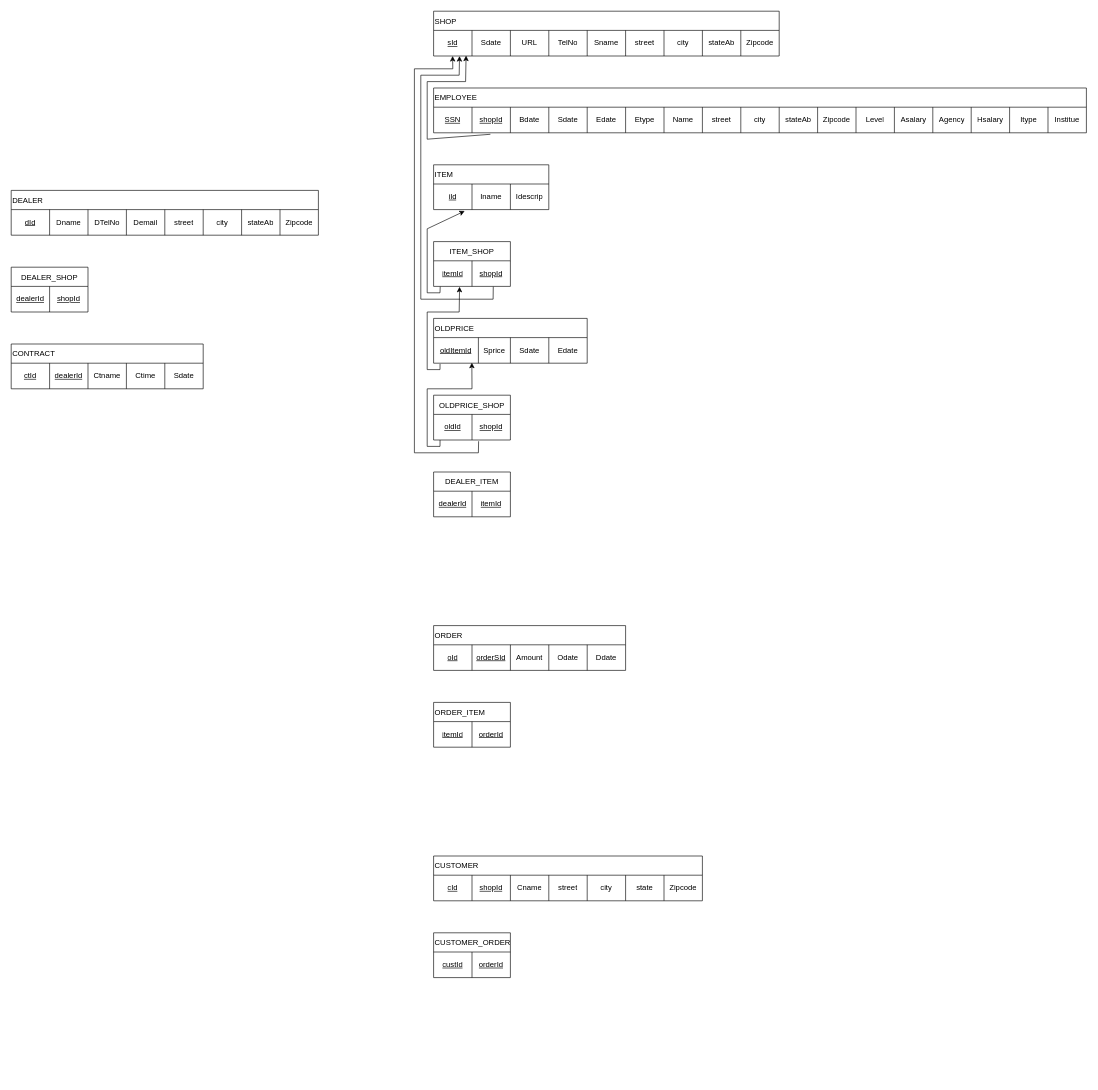
Before: Relational_Diagram.drawio in n1ck007/cse3330_project, a draw.io diagram. Source tidied: cells renumbered, new cells numbered last; positions are measured from the earlier drawing's top-left corner, leaving out a move shared by most shapes. Both pictures are drawn from the tidied source at 64%, with x=0, y=0 at pixel (11, 11).
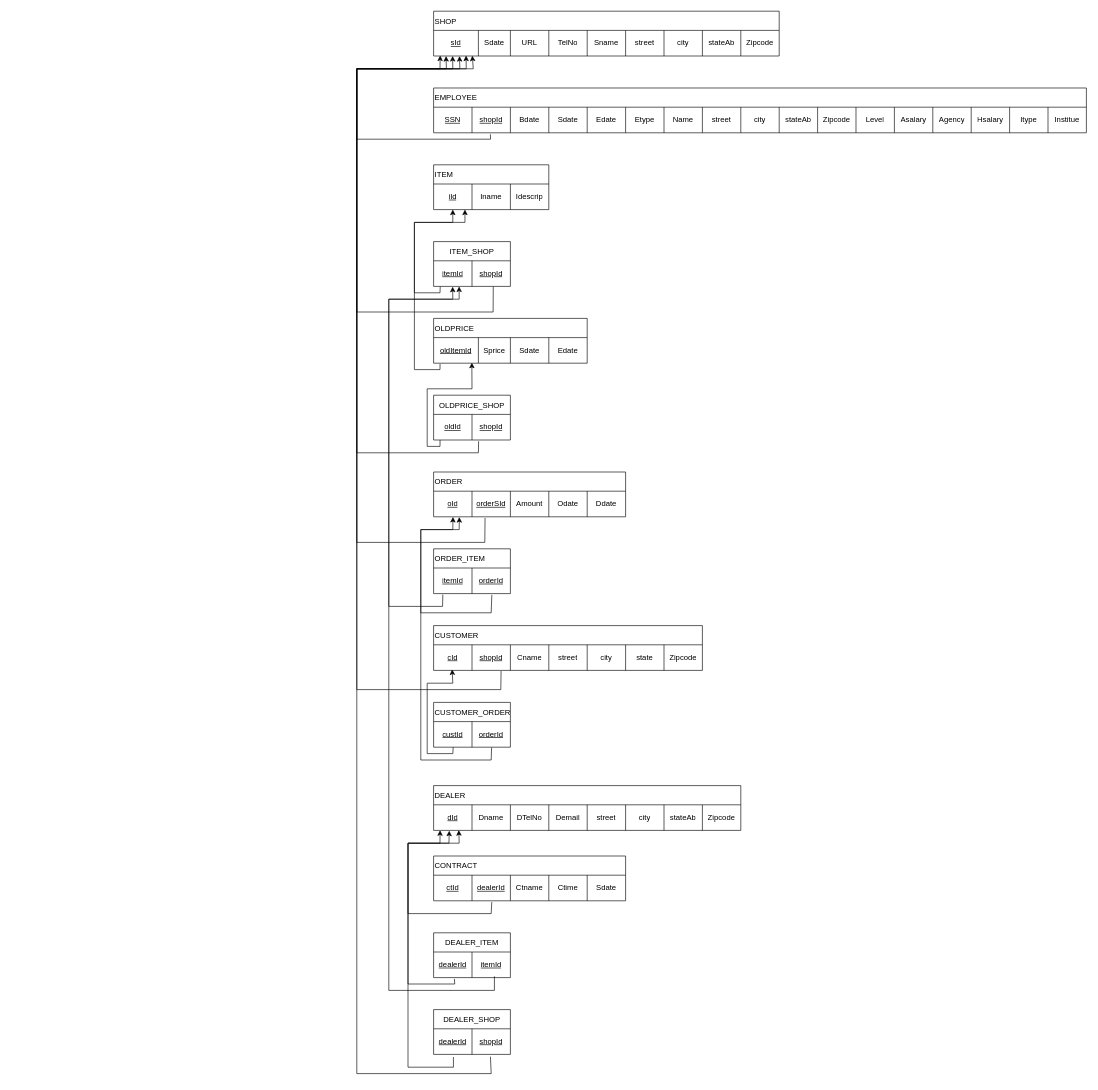
The same page after the edit.

The change refers to these unchanged cells:
```xml
<mxCell id="3" style="shape=tableRow;horizontal=0;startSize=0;swimlaneHead=0;swimlaneBody=0;strokeColor=inherit;top=0;left=0;bottom=0;right=0;fillColor=none;points=[[0,0.5],[1,0.5]];portConstraint=eastwest;" parent="2" vertex="1">
  <mxGeometry y="30" width="1020" height="40" as="geometry" />
</mxCell>
<mxCell id="22" style="shape=tableRow;horizontal=0;startSize=0;swimlaneHead=0;swimlaneBody=0;strokeColor=inherit;top=0;left=0;bottom=0;right=0;fillColor=none;points=[[0,0.5],[1,0.5]];portConstraint=eastwest;" parent="21" vertex="1">
  <mxGeometry y="30" width="540" height="40" as="geometry" />
</mxCell>
<mxCell id="33" style="shape=tableRow;horizontal=0;startSize=0;swimlaneHead=0;swimlaneBody=0;strokeColor=inherit;top=0;left=0;bottom=0;right=0;fillColor=none;points=[[0,0.5],[1,0.5]];portConstraint=eastwest;" parent="32" vertex="1">
  <mxGeometry y="30" width="420" height="40" as="geometry" />
</mxCell>
<mxCell id="42" style="shape=tableRow;horizontal=0;startSize=0;swimlaneHead=0;swimlaneBody=0;strokeColor=inherit;top=0;left=0;bottom=0;right=0;fillColor=none;points=[[0,0.5],[1,0.5]];portConstraint=eastwest;" parent="41" vertex="1">
  <mxGeometry y="30" width="300" height="40" as="geometry" />
</mxCell>
<mxCell id="49" style="shape=tableRow;horizontal=0;startSize=0;swimlaneHead=0;swimlaneBody=0;strokeColor=inherit;top=0;left=0;bottom=0;right=0;fillColor=none;points=[[0,0.5],[1,0.5]];portConstraint=eastwest;" parent="48" vertex="1">
  <mxGeometry y="30" width="180" height="40" as="geometry" />
</mxCell>
<mxCell id="54" style="shape=tableRow;horizontal=0;startSize=0;swimlaneHead=0;swimlaneBody=0;strokeColor=inherit;top=0;left=0;bottom=0;right=0;fillColor=none;points=[[0,0.5],[1,0.5]];portConstraint=eastwest;" parent="53" vertex="1">
  <mxGeometry y="30" width="480" height="40" as="geometry" />
</mxCell>
<mxCell id="64" style="shape=tableRow;horizontal=0;startSize=0;swimlaneHead=0;swimlaneBody=0;strokeColor=inherit;top=0;left=0;bottom=0;right=0;fillColor=none;points=[[0,0.5],[1,0.5]];portConstraint=eastwest;" parent="63" vertex="1">
  <mxGeometry y="30" width="300" height="40" as="geometry" />
</mxCell>
<mxCell id="71" style="shape=tableRow;horizontal=0;startSize=0;swimlaneHead=0;swimlaneBody=0;strokeColor=inherit;top=0;left=0;bottom=0;right=0;fillColor=none;points=[[0,0.5],[1,0.5]];portConstraint=eastwest;" parent="70" vertex="1">
  <mxGeometry y="30" width="240" height="40" as="geometry" />
</mxCell>
<mxCell id="77" style="shape=tableRow;horizontal=0;startSize=0;swimlaneHead=0;swimlaneBody=0;strokeColor=inherit;top=0;left=0;bottom=0;right=0;fillColor=none;points=[[0,0.5],[1,0.5]];portConstraint=eastwest;" parent="76" vertex="1">
  <mxGeometry y="30" width="120" height="40" as="geometry" />
</mxCell>
<mxCell id="81" style="shape=tableRow;horizontal=0;startSize=0;swimlaneHead=0;swimlaneBody=0;strokeColor=inherit;top=0;left=0;bottom=0;right=0;fillColor=none;points=[[0,0.5],[1,0.5]];portConstraint=eastwest;" parent="80" vertex="1">
  <mxGeometry y="30" width="120" height="40" as="geometry" />
</mxCell>
<mxCell id="85" style="shape=tableRow;horizontal=0;startSize=0;swimlaneHead=0;swimlaneBody=0;strokeColor=inherit;top=0;left=0;bottom=0;right=0;fillColor=none;points=[[0,0.5],[1,0.5]];portConstraint=eastwest;" parent="84" vertex="1">
  <mxGeometry y="30" width="120" height="40" as="geometry" />
</mxCell>
<mxCell id="89" style="shape=tableRow;horizontal=0;startSize=0;swimlaneHead=0;swimlaneBody=0;strokeColor=inherit;top=0;left=0;bottom=0;right=0;fillColor=none;points=[[0,0.5],[1,0.5]];portConstraint=eastwest;" parent="88" vertex="1">
  <mxGeometry y="30" width="120" height="40" as="geometry" />
</mxCell>
<mxCell id="93" style="shape=tableRow;horizontal=0;startSize=0;swimlaneHead=0;swimlaneBody=0;strokeColor=inherit;top=0;left=0;bottom=0;right=0;fillColor=none;points=[[0,0.5],[1,0.5]];portConstraint=eastwest;" parent="92" vertex="1">
  <mxGeometry y="30" width="120" height="40" as="geometry" />
</mxCell>
<mxCell id="97" style="shape=tableRow;horizontal=0;startSize=0;swimlaneHead=0;swimlaneBody=0;strokeColor=inherit;top=0;left=0;bottom=0;right=0;fillColor=none;points=[[0,0.5],[1,0.5]];portConstraint=eastwest;" parent="96" vertex="1">
  <mxGeometry y="30" width="120" height="40" as="geometry" />
</mxCell>
```

The edit, as a diff of the source:
```diff
@@
     <mxCell id="23" value="&lt;u&gt;sId&lt;/u&gt;" style="shape=partialRectangle;html=1;whiteSpace=wrap;strokeColor=inherit;overflow=hidden;fillColor=none;top=0;left=0;bottom=0;right=0;" parent="22" vertex="1">
-      <mxGeometry width="60" height="40" as="geometry" />
+      <mxGeometry width="70" height="40" as="geometry" />
     </mxCell>
     <mxCell id="24" value="Sdate" style="shape=partialRectangle;html=1;whiteSpace=wrap;strokeColor=inherit;overflow=hidden;fillColor=none;top=0;left=0;bottom=0;right=0;" parent="22" vertex="1">
-      <mxGeometry x="60" width="60" height="40" as="geometry" />
+      <mxGeometry x="70" width="50" height="40" as="geometry" />
     </mxCell>
@@
     <mxCell id="32" value="CUSTOMER" style="shape=table;startSize=30;childLayout=tableLayout;align=left;" parent="1" vertex="1">
-      <mxGeometry x="660" y="1320" width="420" height="70" as="geometry" />
+      <mxGeometry x="660" y="960" width="420" height="70" as="geometry" />
     </mxCell>
@@
     <mxCell id="41" value="ORDER" style="shape=table;startSize=30;childLayout=tableLayout;align=left;" parent="1" vertex="1">
-      <mxGeometry x="660" y="960" width="300" height="70" as="geometry" />
+      <mxGeometry x="660" y="720" width="300" height="70" as="geometry" />
     </mxCell>
@@
     <mxCell id="53" value="DEALER" style="shape=table;startSize=30;childLayout=tableLayout;align=left;" parent="1" vertex="1">
-      <mxGeometry y="280" width="480" height="70" as="geometry" />
+      <mxGeometry x="660" y="1210" width="480" height="70" as="geometry" />
     </mxCell>
@@
     <mxCell id="63" value="CONTRACT" style="shape=table;startSize=30;childLayout=tableLayout;align=left;" parent="1" vertex="1">
-      <mxGeometry y="520" width="300" height="70" as="geometry" />
+      <mxGeometry x="660" y="1320" width="300" height="70" as="geometry" />
     </mxCell>
@@
     <mxCell id="76" value="ORDER_ITEM" style="shape=table;startSize=30;childLayout=tableLayout;align=left;" parent="1" vertex="1">
-      <mxGeometry x="660" y="1080" width="120" height="70" as="geometry" />
+      <mxGeometry x="660" y="840" width="120" height="70" as="geometry" />
     </mxCell>
@@
     <mxCell id="80" value="DEALER_SHOP" style="shape=table;startSize=30;childLayout=tableLayout;" parent="1" vertex="1">
-      <mxGeometry y="400" width="120" height="70" as="geometry" />
+      <mxGeometry x="660" y="1560" width="120" height="70" as="geometry" />
     </mxCell>
@@
     <mxCell id="92" value="DEALER_ITEM" style="shape=table;startSize=30;childLayout=tableLayout;" parent="1" vertex="1">
-      <mxGeometry x="660" y="720" width="120" height="70" as="geometry" />
+      <mxGeometry x="660" y="1440" width="120" height="70" as="geometry" />
     </mxCell>
@@
     <mxCell id="96" value="CUSTOMER_ORDER" style="shape=table;startSize=30;childLayout=tableLayout;align=left;" parent="1" vertex="1">
-      <mxGeometry x="660" y="1440" width="120" height="70" as="geometry" />
+      <mxGeometry x="660" y="1080" width="120" height="70" as="geometry" />
     </mxCell>
@@
     <mxCell id="100" style="endArrow=classic;html=1;rounded=0;exitX=0.087;exitY=1.058;exitDx=0;exitDy=0;exitPerimeter=0;entryX=0.094;entryY=0.985;entryDx=0;entryDy=0;entryPerimeter=0;" parent="1" edge="1" source="3" target="22">
       <mxGeometry relative="1" as="geometry">
         <Array as="points">
-          <mxPoint x="650" y="200" />
-          <mxPoint x="650" y="110" />
-          <mxPoint x="710" y="110" />
+          <mxPoint x="749" y="200" />
+          <mxPoint x="540" y="200" />
+          <mxPoint x="540" y="90" />
+          <mxPoint x="711" y="90" />
         </Array>
       </mxGeometry>
     </mxCell>
-    <mxCell id="101" style="endArrow=classic;html=1;rounded=0;exitX=0.086;exitY=1.008;exitDx=0;exitDy=0;exitPerimeter=0;entryX=0.27;entryY=1.057;entryDx=0;entryDy=0;entryPerimeter=0;" parent="1" edge="1" source="89" target="49">
+    <mxCell id="101" style="endArrow=classic;html=1;rounded=0;exitX=0.086;exitY=1.008;exitDx=0;exitDy=0;exitPerimeter=0;" parent="1" edge="1" source="89">
       <mxGeometry relative="1" as="geometry">
+        <mxPoint x="709" y="310" as="targetPoint" />
         <Array as="points">
           <mxPoint x="670" y="440" />
-          <mxPoint x="650" y="440" />
-          <mxPoint x="650" y="340" />
+          <mxPoint x="630" y="440" />
+          <mxPoint x="630" y="330" />
+          <mxPoint x="709" y="330" />
         </Array>
       </mxGeometry>
     </mxCell>
     <mxCell id="102" style="endArrow=classic;html=1;rounded=0;exitX=0.777;exitY=1.011;exitDx=0;exitDy=0;exitPerimeter=0;entryX=0.075;entryY=1.004;entryDx=0;entryDy=0;entryPerimeter=0;" parent="1" edge="1" source="89" target="22">
       <mxGeometry relative="1" as="geometry">
         <Array as="points">
-          <mxPoint x="753" y="450" />
-          <mxPoint x="640" y="450" />
-          <mxPoint x="640" y="100" />
-          <mxPoint x="700" y="100" />
+          <mxPoint x="753" y="470" />
+          <mxPoint x="540" y="470" />
+          <mxPoint x="540" y="90" />
+          <mxPoint x="701" y="90" />
         </Array>
       </mxGeometry>
     </mxCell>
-    <mxCell id="103" style="endArrow=classic;html=1;rounded=0;exitX=0.042;exitY=1.027;exitDx=0;exitDy=0;exitPerimeter=0;entryX=0.338;entryY=1.015;entryDx=0;entryDy=0;entryPerimeter=0;" parent="1" edge="1" source="71" target="89">
+    <mxCell id="103" style="endArrow=classic;html=1;rounded=0;exitX=0.042;exitY=1.027;exitDx=0;exitDy=0;exitPerimeter=0;" parent="1" edge="1" source="71">
       <mxGeometry relative="1" as="geometry">
+        <mxPoint x="690" y="310" as="targetPoint" />
         <Array as="points">
           <mxPoint x="670" y="560" />
-          <mxPoint x="650" y="560" />
-          <mxPoint x="650" y="470" />
-          <mxPoint x="700" y="470" />
+          <mxPoint x="630" y="560" />
+          <mxPoint x="630" y="330" />
+          <mxPoint x="690" y="330" />
         </Array>
       </mxGeometry>
     </mxCell>
@@
     <mxCell id="105" style="endArrow=classic;html=1;rounded=0;exitX=0.586;exitY=1.048;exitDx=0;exitDy=0;exitPerimeter=0;entryX=0.055;entryY=1;entryDx=0;entryDy=0;entryPerimeter=0;" parent="1" edge="1" source="85" target="22">
       <mxGeometry relative="1" as="geometry">
         <Array as="points">
           <mxPoint x="730" y="690" />
-          <mxPoint x="630" y="690" />
-          <mxPoint x="630" y="90" />
+          <mxPoint x="540" y="690" />
+          <mxPoint x="540" y="90" />
           <mxPoint x="690" y="90" />
         </Array>
       </mxGeometry>
     </mxCell>
+    <mxCell id="106" style="endArrow=classic;html=1;rounded=0;exitX=0.268;exitY=1.047;exitDx=0;exitDy=0;exitPerimeter=0;entryX=0.036;entryY=1.003;entryDx=0;entryDy=0;entryPerimeter=0;" parent="1" edge="1" source="42" target="22">
+      <mxGeometry relative="1" as="geometry">
+        <Array as="points">
+          <mxPoint x="740" y="830" />
+          <mxPoint x="540" y="830" />
+          <mxPoint x="540" y="90" />
+          <mxPoint x="680" y="90" />
+        </Array>
+      </mxGeometry>
+    </mxCell>
+    <mxCell id="107" style="endArrow=classic;html=1;rounded=0;exitX=0.12;exitY=1.036;exitDx=0;exitDy=0;exitPerimeter=0;entryX=0.332;entryY=1.003;entryDx=0;entryDy=0;entryPerimeter=0;" parent="1" edge="1" source="77" target="89">
+      <mxGeometry relative="1" as="geometry">
+        <Array as="points">
+          <mxPoint x="674" y="930" />
+          <mxPoint x="590" y="930" />
+          <mxPoint x="590" y="450" />
+          <mxPoint x="700" y="450" />
+        </Array>
+      </mxGeometry>
+    </mxCell>
+    <mxCell id="108" style="endArrow=classic;html=1;rounded=0;exitX=0.758;exitY=1.05;exitDx=0;exitDy=0;exitPerimeter=0;entryX=0.134;entryY=1.012;entryDx=0;entryDy=0;entryPerimeter=0;" parent="1" edge="1" source="77" target="42">
+      <mxGeometry relative="1" as="geometry">
+        <Array as="points">
+          <mxPoint x="750" y="940" />
+          <mxPoint x="640" y="940" />
+          <mxPoint x="640" y="810" />
+          <mxPoint x="700" y="810" />
+        </Array>
+      </mxGeometry>
+    </mxCell>
+    <mxCell id="109" style="endArrow=classic;html=1;rounded=0;exitX=0.251;exitY=1.021;exitDx=0;exitDy=0;exitPerimeter=0;entryX=0.019;entryY=0.982;entryDx=0;entryDy=0;entryPerimeter=0;" parent="1" edge="1" source="33" target="22">
+      <mxGeometry relative="1" as="geometry">
+        <Array as="points">
+          <mxPoint x="765" y="1060" />
+          <mxPoint x="540" y="1060" />
+          <mxPoint x="540" y="90" />
+          <mxPoint x="670" y="90" />
+        </Array>
+      </mxGeometry>
+    </mxCell>
+    <mxCell id="110" style="endArrow=classic;html=1;rounded=0;exitX=0.755;exitY=1.016;exitDx=0;exitDy=0;exitPerimeter=0;entryX=0.101;entryY=1.005;entryDx=0;entryDy=0;entryPerimeter=0;" parent="1" edge="1" source="97" target="42">
+      <mxGeometry relative="1" as="geometry">
+        <Array as="points">
+          <mxPoint x="750" y="1170" />
+          <mxPoint x="640" y="1170" />
+          <mxPoint x="640" y="810" />
+          <mxPoint x="690" y="810" />
+        </Array>
+      </mxGeometry>
+    </mxCell>
+    <mxCell id="111" style="endArrow=classic;html=1;rounded=0;exitX=0.255;exitY=1.004;exitDx=0;exitDy=0;exitPerimeter=0;entryX=0.069;entryY=0.963;entryDx=0;entryDy=0;entryPerimeter=0;" parent="1" edge="1" source="97" target="33">
+      <mxGeometry relative="1" as="geometry">
+        <Array as="points">
+          <mxPoint x="690" y="1160" />
+          <mxPoint x="650" y="1160" />
+          <mxPoint x="650" y="1050" />
+          <mxPoint x="690" y="1050" />
+        </Array>
+      </mxGeometry>
+    </mxCell>
+    <mxCell id="112" style="endArrow=classic;html=1;rounded=0;exitX=0.303;exitY=1.05;exitDx=0;exitDy=0;exitPerimeter=0;entryX=0.082;entryY=0.99;entryDx=0;entryDy=0;entryPerimeter=0;" parent="1" edge="1" source="64" target="54">
+      <mxGeometry relative="1" as="geometry">
+        <Array as="points">
+          <mxPoint x="750" y="1410" />
+          <mxPoint x="620" y="1410" />
+          <mxPoint x="620" y="1300" />
+          <mxPoint x="700" y="1300" />
+        </Array>
+      </mxGeometry>
+    </mxCell>
+    <mxCell id="113" style="endArrow=classic;html=1;rounded=0;exitX=0.271;exitY=1.05;exitDx=0;exitDy=0;exitPerimeter=0;entryX=0.051;entryY=1.012;entryDx=0;entryDy=0;entryPerimeter=0;" parent="1" edge="1" source="93" target="54">
+      <mxGeometry relative="1" as="geometry">
+        <Array as="points">
+          <mxPoint x="693" y="1520" />
+          <mxPoint x="620" y="1520" />
+          <mxPoint x="620" y="1300" />
+          <mxPoint x="684" y="1300" />
+        </Array>
+      </mxGeometry>
+    </mxCell>
+    <mxCell id="114" style="endArrow=classic;html=1;rounded=0;exitX=0.792;exitY=0.95;exitDx=0;exitDy=0;exitPerimeter=0;entryX=0.248;entryY=1.012;entryDx=0;entryDy=0;entryPerimeter=0;" parent="1" edge="1" source="93" target="89">
+      <mxGeometry relative="1" as="geometry">
+        <Array as="points">
+          <mxPoint x="755" y="1530" />
+          <mxPoint x="590" y="1530" />
+          <mxPoint x="590" y="450" />
+          <mxPoint x="690" y="450" />
+        </Array>
+      </mxGeometry>
+    </mxCell>
+    <mxCell id="115" style="endArrow=classic;html=1;rounded=0;exitX=0.258;exitY=1.1;exitDx=0;exitDy=0;exitPerimeter=0;entryX=0.021;entryY=0.995;entryDx=0;entryDy=0;entryPerimeter=0;" parent="1" edge="1" source="81" target="54">
+      <mxGeometry relative="1" as="geometry">
+        <Array as="points">
+          <mxPoint x="691" y="1650" />
+          <mxPoint x="620" y="1650" />
+          <mxPoint x="620" y="1300" />
+          <mxPoint x="670" y="1300" />
+        </Array>
+      </mxGeometry>
+    </mxCell>
+    <mxCell id="116" style="endArrow=classic;html=1;rounded=0;exitX=0.74;exitY=1.088;exitDx=0;exitDy=0;exitPerimeter=0;entryX=0.112;entryY=0.988;entryDx=0;entryDy=0;entryPerimeter=0;" parent="1" edge="1" source="81" target="22">
+      <mxGeometry relative="1" as="geometry">
+        <Array as="points">
+          <mxPoint x="750" y="1660" />
+          <mxPoint x="540" y="1660" />
+          <mxPoint x="540" y="90" />
+          <mxPoint x="722" y="90" />
+        </Array>
+      </mxGeometry>
+    </mxCell>
```
